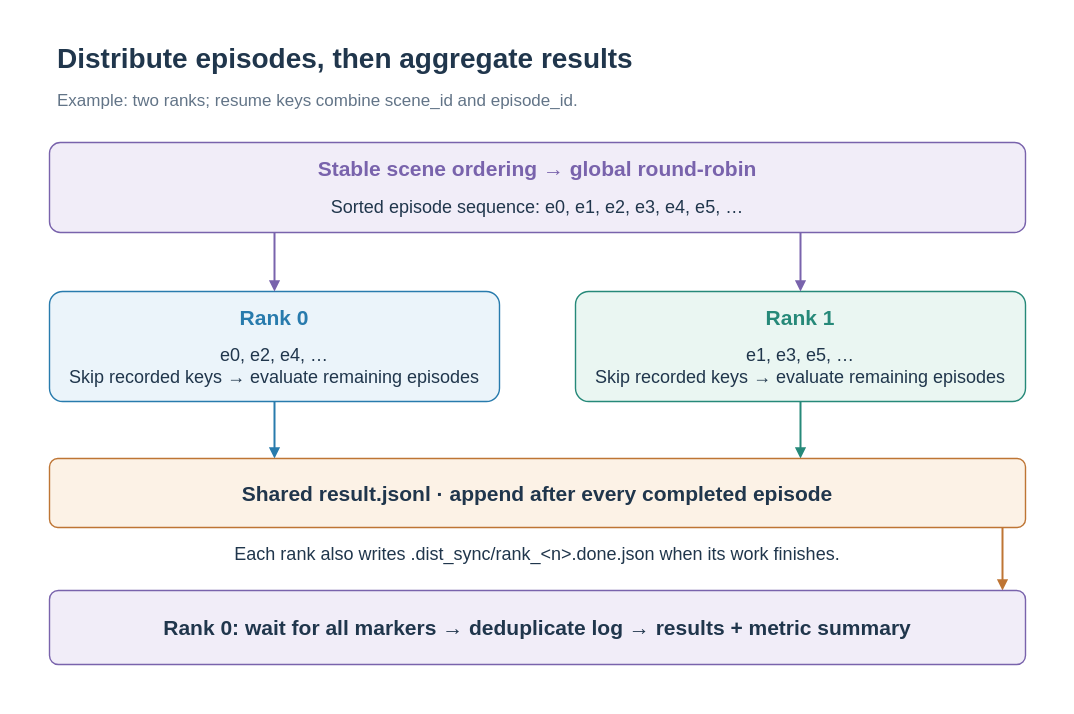
The draw.io diagram docs/assets/workflows/distributed-results.en-US.drawio in Eku127/SwiftVLN, before the edit. Source tidied: cells renumbered, new cells numbered last; positions are measured from the earlier drawing's top-left corner, leaving out a move shared by most shapes. Both pictures are drawn from the tidied source at 100%, with x=0, y=0 at pixel (17, 17).
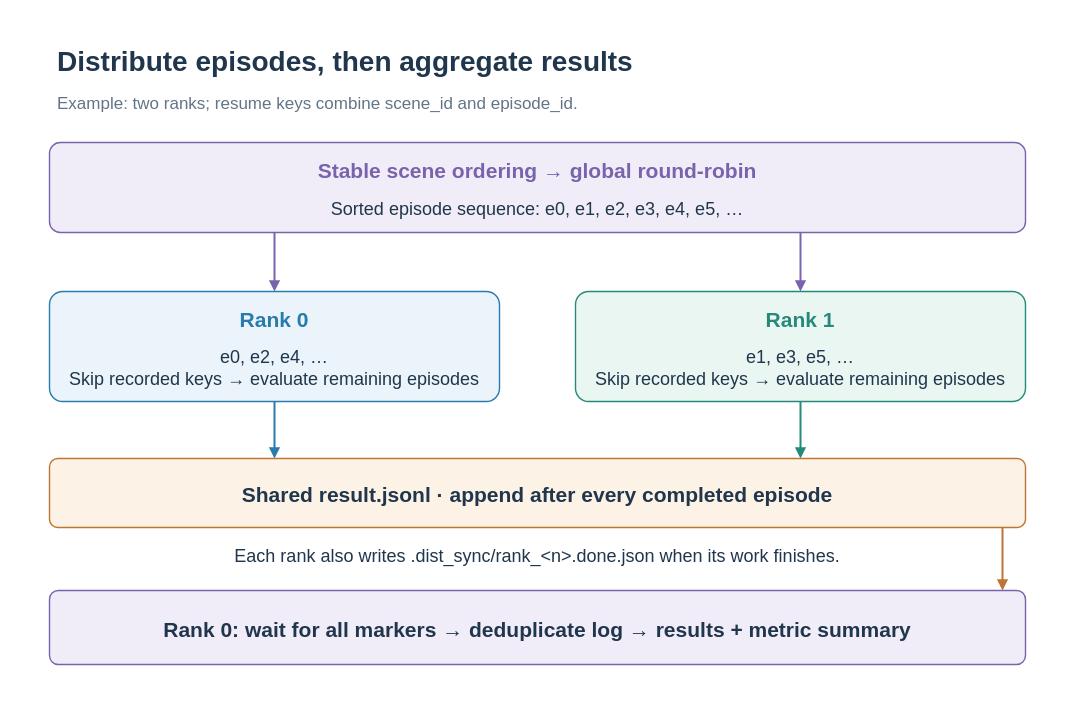
The same diagram, later.

The edit, as a diff of the source:
```diff
@@
-    <mxCell id="2" style="rounded=0;arcSize=12;whiteSpace=wrap;html=0;fillColor=#FFFFFF;strokeColor=none;strokeWidth=1.4;fontColor=#20364C;fontFamily=Arial;fontSize=19;fontStyle=0;align=center;verticalAlign=middle;spacing=8;" parent="1" vertex="1">
+    <mxCell id="2" style="rounded=0;arcSize=12;whiteSpace=nowrap;html=0;fillColor=#FFFFFF;strokeColor=none;strokeWidth=1.4;fontColor=#20364C;fontFamily=Arial;fontSize=19;fontStyle=0;align=center;verticalAlign=middle;spacing=8;" parent="1" vertex="1">
       <mxGeometry width="1040" height="680" as="geometry" />
     </mxCell>
-    <mxCell id="3" value="Distribute episodes, then aggregate results" style="rounded=0;arcSize=12;whiteSpace=wrap;html=0;fillColor=none;strokeColor=none;strokeWidth=1.4;fontColor=#20364C;fontFamily=Arial;fontSize=28;fontStyle=1;align=left;verticalAlign=middle;spacing=8;" parent="1" vertex="1">
+    <mxCell id="3" value="Distribute episodes, then aggregate results" style="rounded=0;arcSize=12;whiteSpace=nowrap;html=0;fillColor=none;strokeColor=none;strokeWidth=1.4;fontColor=#20364C;fontFamily=Arial;fontSize=28;fontStyle=1;align=left;verticalAlign=middle;spacing=8;" parent="1" vertex="1">
       <mxGeometry x="32" y="22" width="970" height="38" as="geometry" />
     </mxCell>
-    <mxCell id="4" value="Example: two ranks; resume keys combine scene_id and episode_id." style="rounded=0;arcSize=12;whiteSpace=wrap;html=0;fillColor=none;strokeColor=none;strokeWidth=1.4;fontColor=#627487;fontFamily=Arial;fontSize=17;fontStyle=0;align=left;verticalAlign=middle;spacing=8;" parent="1" vertex="1">
+    <mxCell id="4" value="Example: two ranks; resume keys combine scene_id and episode_id." style="rounded=0;arcSize=12;whiteSpace=nowrap;html=0;fillColor=none;strokeColor=none;strokeWidth=1.4;fontColor=#627487;fontFamily=Arial;fontSize=17;fontStyle=0;align=left;verticalAlign=middle;spacing=8;" parent="1" vertex="1">
       <mxGeometry x="32" y="67" width="970" height="34" as="geometry" />
     </mxCell>
-    <mxCell id="5" style="rounded=1;arcSize=12;whiteSpace=wrap;html=0;fillColor=#F1EDF8;strokeColor=#7963AC;strokeWidth=1.4;fontColor=#20364C;fontFamily=Arial;fontSize=19;fontStyle=0;align=center;verticalAlign=middle;spacing=8;" parent="1" vertex="1">
+    <mxCell id="5" style="rounded=1;arcSize=12;whiteSpace=nowrap;html=0;fillColor=#F1EDF8;strokeColor=#7963AC;strokeWidth=1.4;fontColor=#20364C;fontFamily=Arial;fontSize=19;fontStyle=0;align=center;verticalAlign=middle;spacing=8;" parent="1" vertex="1">
       <mxGeometry x="32" y="125" width="976" height="90" as="geometry" />
     </mxCell>
-    <mxCell id="6" value="Stable scene ordering → global round-robin" style="rounded=0;arcSize=12;whiteSpace=wrap;html=0;fillColor=none;strokeColor=none;strokeWidth=1.4;fontColor=#7963AC;fontFamily=Arial;fontSize=21;fontStyle=1;align=center;verticalAlign=middle;spacing=8;" parent="1" vertex="1">
+    <mxCell id="6" value="Stable scene ordering → global round-robin" style="rounded=0;arcSize=12;whiteSpace=nowrap;html=0;fillColor=none;strokeColor=none;strokeWidth=1.4;fontColor=#7963AC;fontFamily=Arial;fontSize=21;fontStyle=1;align=center;verticalAlign=middle;spacing=8;" parent="1" vertex="1">
       <mxGeometry x="42" y="135" width="956" height="32" as="geometry" />
     </mxCell>
-    <mxCell id="7" value="Sorted episode sequence: e0, e1, e2, e3, e4, e5, …" style="rounded=0;arcSize=12;whiteSpace=wrap;html=0;fillColor=none;strokeColor=none;strokeWidth=1.4;fontColor=#20364C;fontFamily=Arial;fontSize=18;fontStyle=0;align=center;verticalAlign=middle;spacing=8;" parent="1" vertex="1">
+    <mxCell id="7" value="Sorted episode sequence: e0, e1, e2, e3, e4, e5, …" style="rounded=0;arcSize=12;whiteSpace=nowrap;html=0;fillColor=none;strokeColor=none;strokeWidth=1.4;fontColor=#20364C;fontFamily=Arial;fontSize=18;fontStyle=0;align=center;verticalAlign=middle;spacing=8;" parent="1" vertex="1">
       <mxGeometry x="42" y="171" width="956" height="38" as="geometry" />
     </mxCell>
-    <mxCell id="8" style="rounded=1;arcSize=12;whiteSpace=wrap;html=0;fillColor=#EBF4FA;strokeColor=#287BAD;strokeWidth=1.4;fontColor=#20364C;fontFamily=Arial;fontSize=19;fontStyle=0;align=center;verticalAlign=middle;spacing=8;" parent="1" vertex="1">
+    <mxCell id="8" style="rounded=1;arcSize=12;whiteSpace=nowrap;html=0;fillColor=#EBF4FA;strokeColor=#287BAD;strokeWidth=1.4;fontColor=#20364C;fontFamily=Arial;fontSize=19;fontStyle=0;align=center;verticalAlign=middle;spacing=8;" parent="1" vertex="1">
       <mxGeometry x="32" y="274" width="450" height="110" as="geometry" />
     </mxCell>
-    <mxCell id="9" value="Rank 0" style="rounded=0;arcSize=12;whiteSpace=wrap;html=0;fillColor=none;strokeColor=none;strokeWidth=1.4;fontColor=#287BAD;fontFamily=Arial;fontSize=21;fontStyle=1;align=center;verticalAlign=middle;spacing=8;" parent="1" vertex="1">
+    <mxCell id="9" value="Rank 0" style="rounded=0;arcSize=12;whiteSpace=nowrap;html=0;fillColor=none;strokeColor=none;strokeWidth=1.4;fontColor=#287BAD;fontFamily=Arial;fontSize=21;fontStyle=1;align=center;verticalAlign=middle;spacing=8;" parent="1" vertex="1">
       <mxGeometry x="42" y="284" width="430" height="32" as="geometry" />
     </mxCell>
-    <mxCell id="10" value="e0, e2, e4, …&#10;Skip recorded keys → evaluate remaining episodes" style="rounded=0;arcSize=12;whiteSpace=wrap;html=0;fillColor=none;strokeColor=none;strokeWidth=1.4;fontColor=#20364C;fontFamily=Arial;fontSize=18;fontStyle=0;align=center;verticalAlign=middle;spacing=8;" parent="1" vertex="1">
+    <mxCell id="10" value="e0, e2, e4, …&#10;Skip recorded keys → evaluate remaining episodes" style="rounded=0;arcSize=12;whiteSpace=nowrap;html=0;fillColor=none;strokeColor=none;strokeWidth=1.4;fontColor=#20364C;fontFamily=Arial;fontSize=18;fontStyle=0;align=center;verticalAlign=middle;spacing=8;" parent="1" vertex="1">
       <mxGeometry x="42" y="320" width="430" height="58" as="geometry" />
     </mxCell>
@@
-    <mxCell id="13" style="rounded=1;arcSize=12;whiteSpace=wrap;html=0;fillColor=#EAF6F2;strokeColor=#268979;strokeWidth=1.4;fontColor=#20364C;fontFamily=Arial;fontSize=19;fontStyle=0;align=center;verticalAlign=middle;spacing=8;" parent="1" vertex="1">
+    <mxCell id="13" style="rounded=1;arcSize=12;whiteSpace=nowrap;html=0;fillColor=#EAF6F2;strokeColor=#268979;strokeWidth=1.4;fontColor=#20364C;fontFamily=Arial;fontSize=19;fontStyle=0;align=center;verticalAlign=middle;spacing=8;" parent="1" vertex="1">
       <mxGeometry x="558" y="274" width="450" height="110" as="geometry" />
     </mxCell>
-    <mxCell id="14" value="Rank 1" style="rounded=0;arcSize=12;whiteSpace=wrap;html=0;fillColor=none;strokeColor=none;strokeWidth=1.4;fontColor=#268979;fontFamily=Arial;fontSize=21;fontStyle=1;align=center;verticalAlign=middle;spacing=8;" parent="1" vertex="1">
+    <mxCell id="14" value="Rank 1" style="rounded=0;arcSize=12;whiteSpace=nowrap;html=0;fillColor=none;strokeColor=none;strokeWidth=1.4;fontColor=#268979;fontFamily=Arial;fontSize=21;fontStyle=1;align=center;verticalAlign=middle;spacing=8;" parent="1" vertex="1">
       <mxGeometry x="568" y="284" width="430" height="32" as="geometry" />
     </mxCell>
-    <mxCell id="15" value="e1, e3, e5, …&#10;Skip recorded keys → evaluate remaining episodes" style="rounded=0;arcSize=12;whiteSpace=wrap;html=0;fillColor=none;strokeColor=none;strokeWidth=1.4;fontColor=#20364C;fontFamily=Arial;fontSize=18;fontStyle=0;align=center;verticalAlign=middle;spacing=8;" parent="1" vertex="1">
+    <mxCell id="15" value="e1, e3, e5, …&#10;Skip recorded keys → evaluate remaining episodes" style="rounded=0;arcSize=12;whiteSpace=nowrap;html=0;fillColor=none;strokeColor=none;strokeWidth=1.4;fontColor=#20364C;fontFamily=Arial;fontSize=18;fontStyle=0;align=center;verticalAlign=middle;spacing=8;" parent="1" vertex="1">
       <mxGeometry x="568" y="320" width="430" height="58" as="geometry" />
     </mxCell>
@@
-    <mxCell id="18" value="Shared result.jsonl  ·  append after every completed episode" style="rounded=1;arcSize=12;whiteSpace=wrap;html=0;fillColor=#FCF2E6;strokeColor=#BE7534;strokeWidth=1.4;fontColor=#20364C;fontFamily=Arial;fontSize=21;fontStyle=1;align=center;verticalAlign=middle;spacing=8;" parent="1" vertex="1">
+    <mxCell id="18" value="Shared result.jsonl  ·  append after every completed episode" style="rounded=1;arcSize=12;whiteSpace=nowrap;html=0;fillColor=#FCF2E6;strokeColor=#BE7534;strokeWidth=1.4;fontColor=#20364C;fontFamily=Arial;fontSize=21;fontStyle=1;align=center;verticalAlign=middle;spacing=8;" parent="1" vertex="1">
       <mxGeometry x="32" y="441" width="976" height="69" as="geometry" />
     </mxCell>
-    <mxCell id="19" value="Each rank also writes .dist_sync/rank_&lt;n&gt;.done.json when its work finishes." style="rounded=0;arcSize=12;whiteSpace=wrap;html=0;fillColor=none;strokeColor=none;strokeWidth=1.4;fontColor=#20364C;fontFamily=Arial;fontSize=18;fontStyle=0;align=center;verticalAlign=middle;spacing=8;" parent="1" vertex="1">
+    <mxCell id="19" value="Each rank also writes .dist_sync/rank_&lt;n&gt;.done.json when its work finishes." style="rounded=0;arcSize=12;whiteSpace=nowrap;html=0;fillColor=none;strokeColor=none;strokeWidth=1.4;fontColor=#20364C;fontFamily=Arial;fontSize=18;fontStyle=0;align=center;verticalAlign=middle;spacing=8;" parent="1" vertex="1">
       <mxGeometry x="32" y="519" width="976" height="35" as="geometry" />
     </mxCell>
@@
-    <mxCell id="21" value="Rank 0: wait for all markers → deduplicate log → results + metric summary" style="rounded=1;arcSize=12;whiteSpace=wrap;html=0;fillColor=#F1EDF8;strokeColor=#7963AC;strokeWidth=1.4;fontColor=#20364C;fontFamily=Arial;fontSize=21;fontStyle=1;align=center;verticalAlign=middle;spacing=8;" parent="1" vertex="1">
+    <mxCell id="21" value="Rank 0: wait for all markers → deduplicate log → results + metric summary" style="rounded=1;arcSize=12;whiteSpace=nowrap;html=0;fillColor=#F1EDF8;strokeColor=#7963AC;strokeWidth=1.4;fontColor=#20364C;fontFamily=Arial;fontSize=21;fontStyle=1;align=center;verticalAlign=middle;spacing=8;" parent="1" vertex="1">
       <mxGeometry x="32" y="573" width="976" height="74" as="geometry" />
     </mxCell>
```
